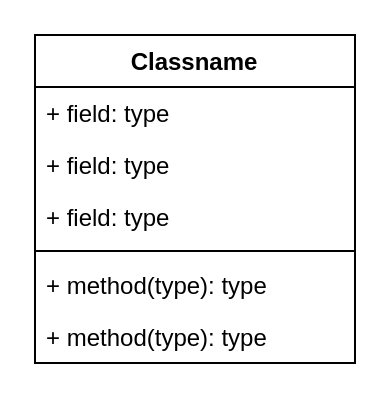
This is worldModel.drawio from csgeneral/uml-cssyj, a draw.io file, before an edit. Source tidied: cells renumbered, new cells numbered last; positions are measured from the earlier drawing's top-left corner, leaving out a move shared by most shapes. Both pictures are drawn from the tidied source at 200%, with x=0, y=0 at pixel (34, 34).
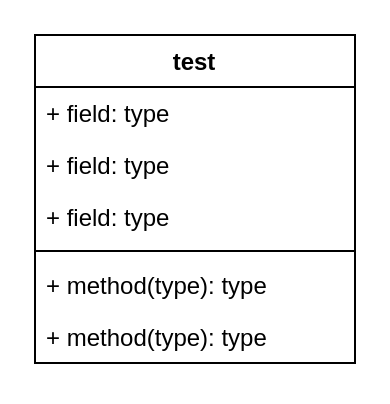
The same page after the edit.

The edit, as a diff of the source:
```diff
@@
 <mxGraphModel>
   <root>
     <mxCell id="0" />
     <mxCell id="1" parent="0" />
-    <mxCell id="2" value="Classname" style="swimlane;fontStyle=1;align=center;verticalAlign=top;horizontal=1;startSize=26;whiteSpace=wrap;html=1;" parent="1" vertex="1">
+    <mxCell id="2" value="test" style="swimlane;fontStyle=1;align=center;verticalAlign=top;horizontal=1;startSize=26;whiteSpace=wrap;html=1;" parent="1" vertex="1">
       <mxGeometry width="160" height="164" as="geometry" />
     </mxCell>
     <mxCell id="3" value="+ field: type" style="text;strokeColor=none;fillColor=none;align=left;verticalAlign=top;spacingLeft=4;spacingRight=4;overflow=hidden;whiteSpace=wrap;html=1;" parent="2" vertex="1">
       <mxGeometry y="26" width="160" height="26" as="geometry" />
     </mxCell>
     <mxCell id="4" value="+ field: type" style="text;strokeColor=none;fillColor=none;align=left;verticalAlign=top;spacingLeft=4;spacingRight=4;overflow=hidden;whiteSpace=wrap;html=1;" parent="2" vertex="1">
       <mxGeometry y="52" width="160" height="26" as="geometry" />
     </mxCell>
     <mxCell id="5" value="+ field: type" style="text;strokeColor=none;fillColor=none;align=left;verticalAlign=top;spacingLeft=4;spacingRight=4;overflow=hidden;whiteSpace=wrap;html=1;" parent="2" vertex="1">
       <mxGeometry y="78" width="160" height="26" as="geometry" />
     </mxCell>
     <mxCell id="6" style="line;strokeWidth=1;fillColor=none;align=left;verticalAlign=middle;spacingTop=-1;spacingLeft=3;spacingRight=3;labelPosition=right;strokeColor=inherit;" parent="2" vertex="1">
       <mxGeometry y="104" width="160" height="8" as="geometry" />
     </mxCell>
     <mxCell id="7" value="+ method(type): type" style="text;strokeColor=none;fillColor=none;align=left;verticalAlign=top;spacingLeft=4;spacingRight=4;overflow=hidden;whiteSpace=wrap;html=1;" parent="2" vertex="1">
       <mxGeometry y="112" width="160" height="26" as="geometry" />
     </mxCell>
     <mxCell id="8" value="+ method(type): type" style="text;strokeColor=none;fillColor=none;align=left;verticalAlign=top;spacingLeft=4;spacingRight=4;overflow=hidden;whiteSpace=wrap;html=1;" parent="2" vertex="1">
       <mxGeometry y="138" width="160" height="26" as="geometry" />
     </mxCell>
   </root>
 </mxGraphModel>
```
